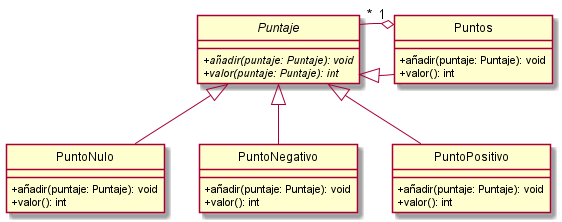
Earlier version of the PlantUML export src/main/java/edu/fiuba/algo3/Diagramas/png/Puntaje.png (Alex1161/TP2).
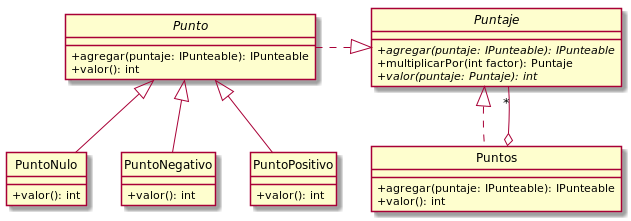
The same file after the commit.

The edit, as a diff of the source:
```diff
@@ -2,35 +2,38 @@
 hide circle
 skinparam classAttributeIconSize 0
 
-Abstract Class Puntaje{
-    +{abstract}añadir(puntaje: Puntaje): void
+abstract Puntaje{
+    +{abstract}agregar(puntaje: IPunteable): IPunteable
+    +multiplicarPor(int factor): Puntaje
     +{abstract}valor(puntaje: Puntaje): int
 }
 
 Class Puntos{
-    +añadir(puntaje: Puntaje): void
+    +agregar(puntaje: IPunteable): IPunteable
+    +valor(): int
+}
+
+Abstract Class Punto{
+    +agregar(puntaje: IPunteable): IPunteable
     +valor(): int
 }
 
 Class PuntoNulo{
-    +añadir(puntaje: Puntaje): void
     +valor(): int
 }
 
 Class PuntoNegativo{
-    +añadir(puntaje: Puntaje): void
     +valor(): int
 }
 
 Class PuntoPositivo{
-    +añadir(puntaje: Puntaje): void
     +valor(): int
 }
 
-PuntoNegativo -up-|> Puntaje
-PuntoNulo -up-|> Puntaje
-PuntoPositivo -up-|> Puntaje
-Puntos -left-|> Puntaje
-Puntos "1" o-left- "*" Puntaje
-
+PuntoNegativo -up-|> Punto
+PuntoNulo -up-|> Punto
+PuntoPositivo -up-|> Punto
+Puntos .up.|> Puntaje
+Puntos o-up- "*" Puntaje
+Punto .right.|> Puntaje
 @enduml
```
